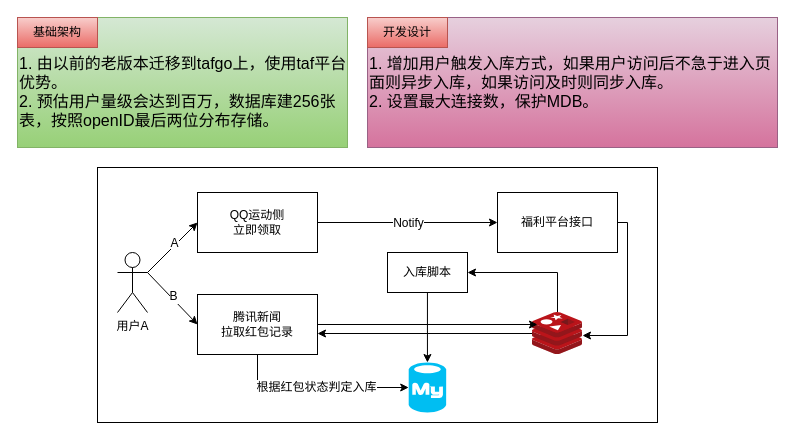
SaturnRings/draw keeps this draw.io diagram as 202003QQ运动.drawio. Above is the earlier version. Source tidied: cells renumbered, new cells numbered last; positions are measured from the earlier drawing's top-left corner, leaving out a move shared by most shapes. Both pictures are drawn from the tidied source at 100%, with x=0, y=0 at pixel (17, 17).
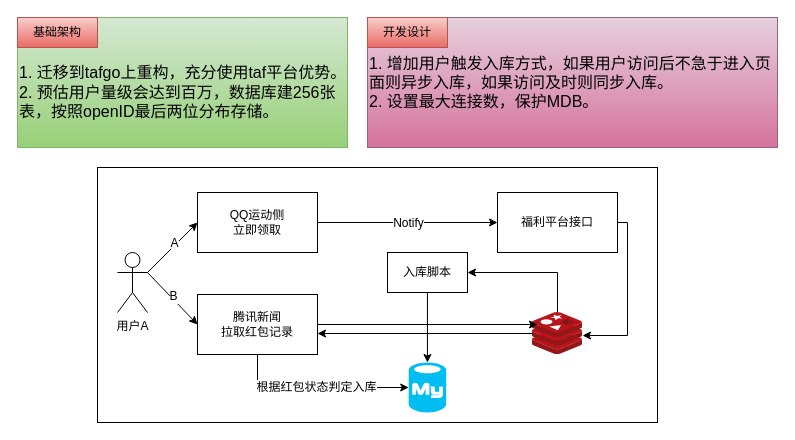
After the change.

The edit, as a diff of the source:
```diff
@@
-    <mxCell id="3" value="&lt;font style=&quot;font-size: 16px&quot;&gt;&lt;br&gt;1. 由以前的老版本迁移到tafgo上，使用taf平台优势。&lt;br&gt;2. 预估用户量级会达到百万，数据库建256张表，按照openID最后两位分布存储。&lt;/font&gt;" style="rounded=0;whiteSpace=wrap;html=1;align=left;gradientColor=#97d077;fillColor=#d5e8d4;strokeColor=#82b366;" parent="1" vertex="1">
+    <mxCell id="3" value="&lt;font style=&quot;font-size: 16px&quot;&gt;&lt;br&gt;1. 迁移到tafgo上重构，充分使用taf平台优势。&lt;br&gt;2. 预估用户量级会达到百万，数据库建256张表，按照openID最后两位分布存储。&lt;/font&gt;" style="rounded=0;whiteSpace=wrap;html=1;align=left;gradientColor=#97d077;fillColor=#d5e8d4;strokeColor=#82b366;" parent="1" vertex="1">
       <mxGeometry width="330" height="130" as="geometry" />
     </mxCell>
```
